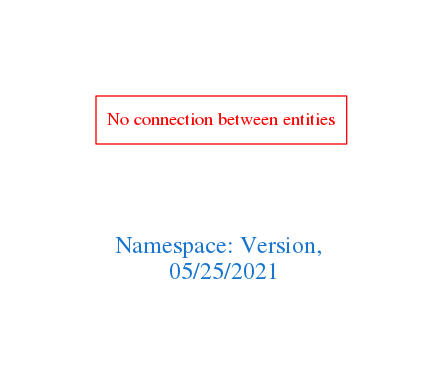
This is downloads/Version.png from arago/OGIT, a Graphviz export, as it was before one commit. Its source is kept beside it as downloads/Version.dot.
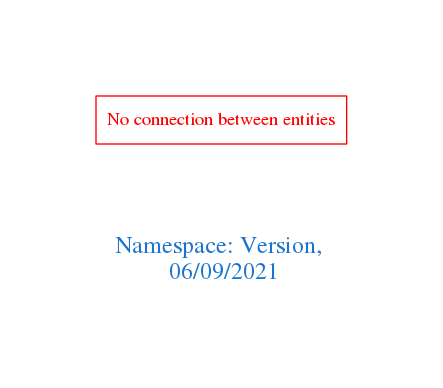
The same diagram one commit later.

What changed in the source:
```diff
@@ -1,7 +1,7 @@
 digraph OGIT_ontology {
  graph [ rankdir= LR,pad=1
 fontsize = 18,
-fontcolor= dodgerblue3,label = "\n\n\nNamespace: Version, \n 05/25/2021"];
+fontcolor= dodgerblue3,label = "\n\n\nNamespace: Version, \n 06/09/2021"];
 node[shape=polygon];
 edge [  color="gray81"];
 
```
